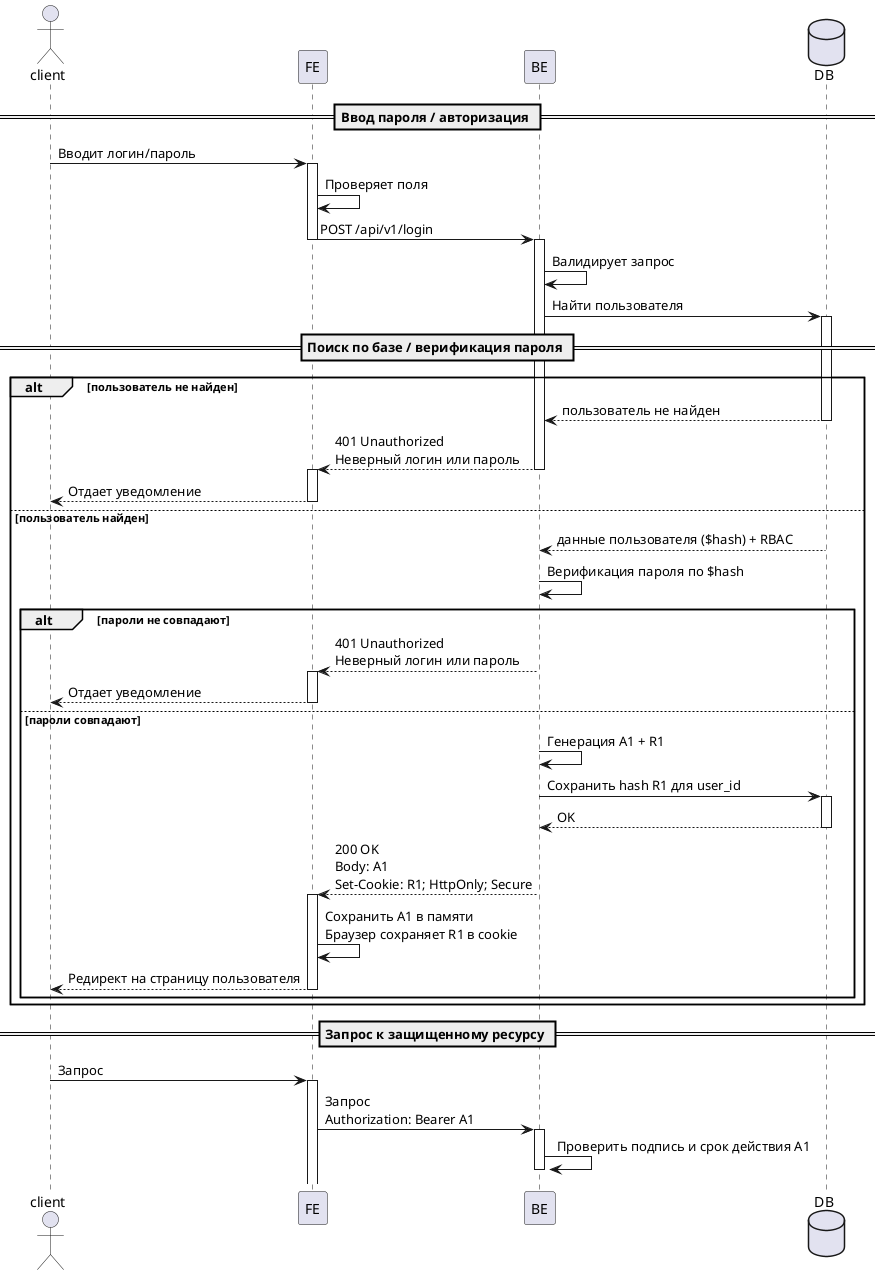
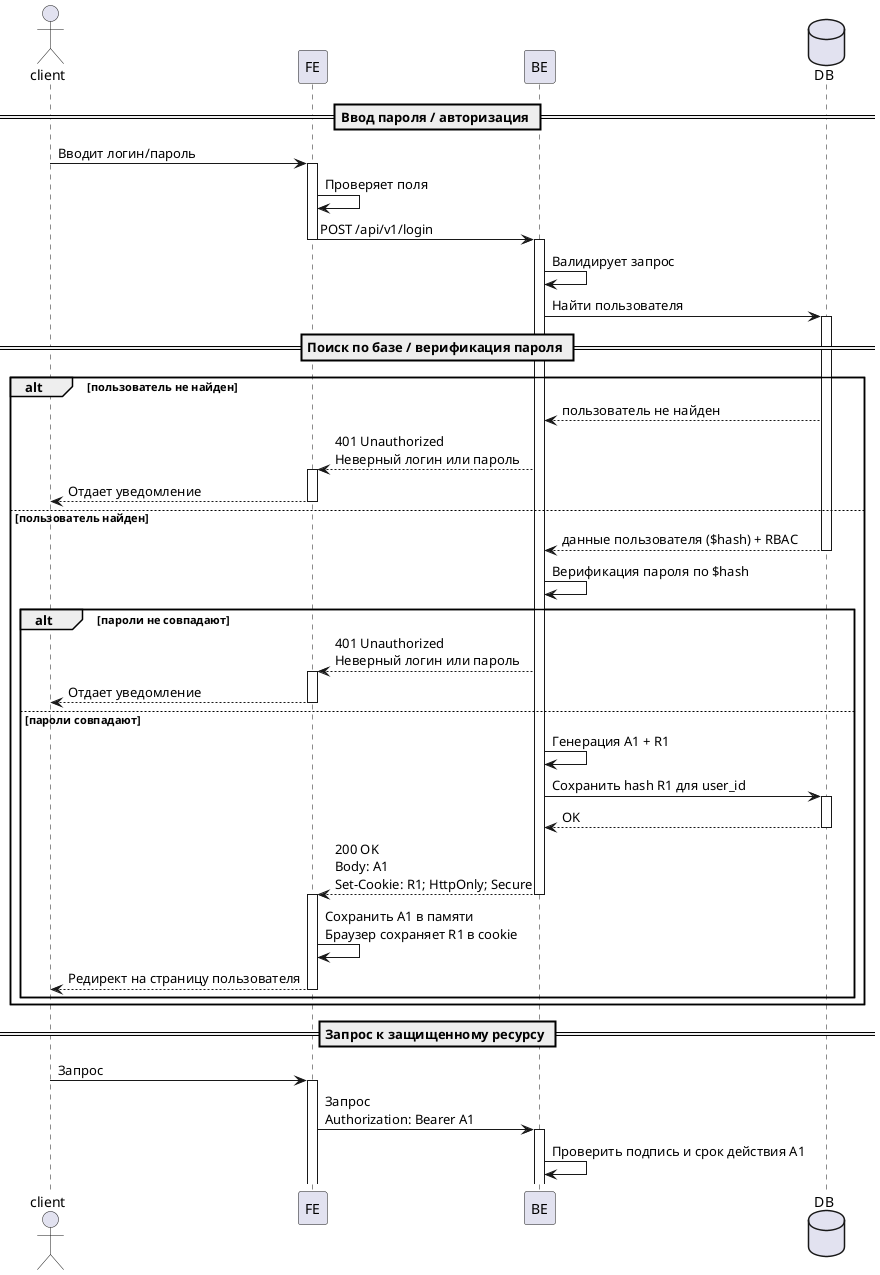
@startuml
actor client
participant FE
participant BE
database DB

== Ввод пароля / авторизация ==
client -> FE ++ : Вводит логин/пароль
FE -> FE : Проверяет поля
FE -> BE --++ : POST /api/v1/login
BE -> BE : Валидирует запрос
BE -> DB ++ : Найти пользователя

== Поиск по базе / верификация пароля ==
alt пользователь не найден
- DB --> BE -- : пользователь не найден
- BE --> FE --++ : 401 Unauthorized\nНеверный логин или пароль
+ DB --> BE  : пользователь не найден
+ BE --> FE ++ : 401 Unauthorized\nНеверный логин или пароль
FE --> client -- : Отдает уведомление
else пользователь найден
DB --> BE -- : данные пользователя ($hash) + RBAC
BE -> BE : Верификация пароля по $hash
alt пароли не совпадают
- BE --> FE --++ : 401 Unauthorized\nНеверный логин или пароль
+ BE --> FE ++ : 401 Unauthorized\nНеверный логин или пароль
FE --> client -- : Отдает уведомление
else пароли совпадают
BE -> BE : Генерация A1 + R1
BE -> DB ++ : Сохранить hash R1 для user_id
DB --> BE -- : OK
BE --> FE --++ : 200 OK\nBody: A1\nSet-Cookie: R1; HttpOnly; Secure
FE -> FE : Сохранить A1 в памяти\nБраузер сохраняет R1 в cookie
FE --> client -- : Редирект на страницу пользователя
end
end

== Запрос к защищенному ресурсу ==
client -> FE ++ : Запрос
FE -> BE ++ : Запрос\nAuthorization: Bearer A1
- BE -> BE ++: Проверить подпись и срок действия A1
+ BE -> BE : Проверить подпись и срок действия A1

@enduml
